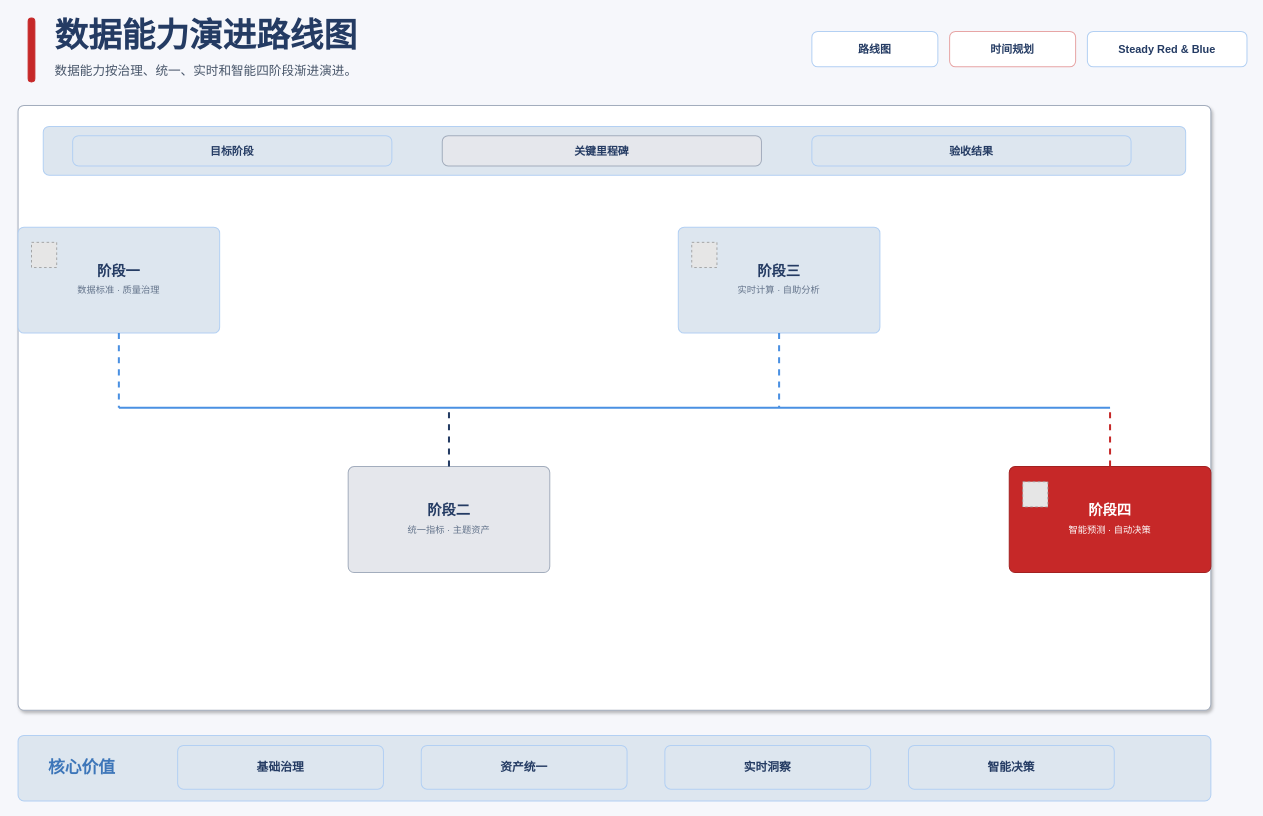
Above: test-outputs/diagram-types/catalog/xml/roadmap-steady-red-blue-light-enterprise.drawio in BeWaterMyFriend7/SKILL-PROJECT (draw.io), before the change. Source tidied: cells renumbered, new cells numbered last; positions are measured from the earlier drawing's top-left corner, leaving out a move shared by most shapes. Both pictures are drawn from the tidied source at 84%, with x=0, y=0 at pixel (18, 14). Pictures stored in the file or linked from it are replaced by grey dashed boxes.
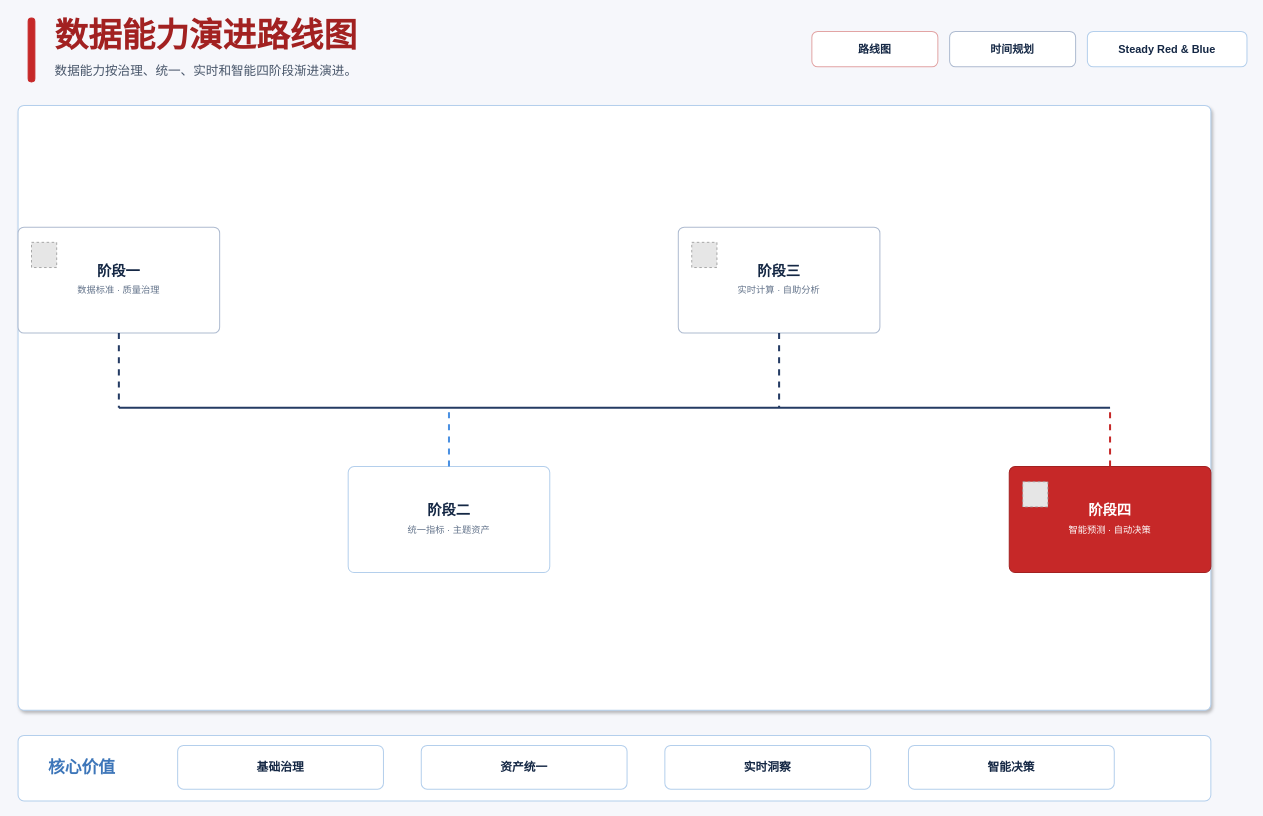
Above is the later version.

Change to the diagram source:
```diff
@@
-    <mxCell id="3" value="数据能力演进路线图" style="rounded=1;absoluteArcSize=1;arcSize=14;whiteSpace=wrap;html=1;fillColor=none;strokeColor=none;strokeWidth=1.2;fontColor=#243B63;fontSize=40;fontFamily=Microsoft YaHei;align=left;verticalAlign=middle;fontStyle=1;" parent="1" vertex="1">
+    <mxCell id="3" value="数据能力演进路线图" style="rounded=1;absoluteArcSize=1;arcSize=14;whiteSpace=wrap;html=1;fillColor=none;strokeColor=none;strokeWidth=1.2;fontColor=#A22121;fontSize=40;fontFamily=Microsoft YaHei;align=left;verticalAlign=middle;fontStyle=1;" parent="1" vertex="1">
       <mxGeometry x="42" width="760" height="48" as="geometry" />
     </mxCell>
@@
-    <mxCell id="5" value="路线图" style="rounded=1;absoluteArcSize=1;arcSize=14;whiteSpace=wrap;html=1;fillColor=#FFFFFF;strokeColor=#B3D0F3;strokeWidth=1.2;fontColor=#243B63;fontSize=13;fontFamily=Microsoft YaHei;align=center;verticalAlign=middle;fontStyle=1;" parent="1" vertex="1">
+    <mxCell id="5" value="路线图" style="rounded=1;absoluteArcSize=1;arcSize=14;whiteSpace=wrap;html=1;fillColor=#FFFFFF;strokeColor=#E2A4A4;strokeWidth=1.2;fontColor=#142744;fontSize=13;fontFamily=Microsoft YaHei;align=center;verticalAlign=middle;fontStyle=1;" parent="1" vertex="1">
       <mxGeometry x="945" y="20" width="150" height="42" as="geometry" />
     </mxCell>
-    <mxCell id="6" value="时间规划" style="rounded=1;absoluteArcSize=1;arcSize=14;whiteSpace=wrap;html=1;fillColor=#FFFFFF;strokeColor=#E7A5A5;strokeWidth=1.2;fontColor=#243B63;fontSize=13;fontFamily=Microsoft YaHei;align=center;verticalAlign=middle;fontStyle=1;" parent="1" vertex="1">
+    <mxCell id="6" value="时间规划" style="rounded=1;absoluteArcSize=1;arcSize=14;whiteSpace=wrap;html=1;fillColor=#FFFFFF;strokeColor=#AEBBD0;strokeWidth=1.2;fontColor=#142744;fontSize=13;fontFamily=Microsoft YaHei;align=center;verticalAlign=middle;fontStyle=1;" parent="1" vertex="1">
       <mxGeometry x="1109" y="20" width="150" height="42" as="geometry" />
     </mxCell>
-    <mxCell id="7" value="Steady Red &amp; Blue" style="rounded=1;absoluteArcSize=1;arcSize=14;whiteSpace=wrap;html=1;fillColor=#FFFFFF;strokeColor=#B3D0F3;strokeWidth=1.2;fontColor=#243B63;fontSize=13;fontFamily=Microsoft YaHei;align=center;verticalAlign=middle;fontStyle=1;" parent="1" vertex="1">
+    <mxCell id="7" value="Steady Red &amp; Blue" style="rounded=1;absoluteArcSize=1;arcSize=14;whiteSpace=wrap;html=1;fillColor=#FFFFFF;strokeColor=#B4CFEC;strokeWidth=1.2;fontColor=#142744;fontSize=13;fontFamily=Microsoft YaHei;align=center;verticalAlign=middle;fontStyle=1;" parent="1" vertex="1">
       <mxGeometry x="1273" y="20" width="190" height="42" as="geometry" />
     </mxCell>
-    <mxCell id="8" style="rounded=1;absoluteArcSize=1;arcSize=14;whiteSpace=wrap;html=1;fillColor=#FFFFFF;strokeColor=#A3ADBD;strokeWidth=1.2;fontColor=#243B63;fontSize=15;fontFamily=Microsoft YaHei;align=center;verticalAlign=middle;shadow=1;" parent="1" vertex="1">
+    <mxCell id="8" style="rounded=1;absoluteArcSize=1;arcSize=14;whiteSpace=wrap;html=1;fillColor=#FFFFFF;strokeColor=#B4CFEC;strokeWidth=1.2;fontColor=#142744;fontSize=15;fontFamily=Microsoft YaHei;align=center;verticalAlign=middle;shadow=1;" parent="1" vertex="1">
       <mxGeometry y="108" width="1420" height="720" as="geometry" />
     </mxCell>
-    <mxCell id="9" style="rounded=1;absoluteArcSize=1;arcSize=14;whiteSpace=wrap;html=1;fillColor=#DDE6EF;strokeColor=#B3D0F3;strokeWidth=1.2;fontColor=#243B63;fontSize=15;fontFamily=Microsoft YaHei;align=center;verticalAlign=middle;" parent="1" vertex="1">
-      <mxGeometry x="30" y="133" width="1360" height="58" as="geometry" />
-    </mxCell>
-    <mxCell id="10" value="&lt;b&gt;目标阶段&lt;/b&gt;" style="rounded=1;absoluteArcSize=1;arcSize=14;whiteSpace=wrap;html=1;fillColor=#DDE6EF;strokeColor=#B3D0F3;strokeWidth=1.2;fontColor=#243B63;fontSize=13;fontFamily=Microsoft YaHei;align=center;verticalAlign=middle;" parent="1" vertex="1">
-      <mxGeometry x="65" y="144" width="380" height="36" as="geometry" />
-    </mxCell>
-    <mxCell id="11" value="&lt;b&gt;关键里程碑&lt;/b&gt;" style="rounded=1;absoluteArcSize=1;arcSize=14;whiteSpace=wrap;html=1;fillColor=#E5E7EC;strokeColor=#A3ADBD;strokeWidth=1.2;fontColor=#243B63;fontSize=13;fontFamily=Microsoft YaHei;align=center;verticalAlign=middle;" parent="1" vertex="1">
-      <mxGeometry x="505" y="144" width="380" height="36" as="geometry" />
-    </mxCell>
-    <mxCell id="12" value="&lt;b&gt;验收结果&lt;/b&gt;" style="rounded=1;absoluteArcSize=1;arcSize=14;whiteSpace=wrap;html=1;fillColor=#DDE6EF;strokeColor=#B3D0F3;strokeWidth=1.2;fontColor=#243B63;fontSize=13;fontFamily=Microsoft YaHei;align=center;verticalAlign=middle;" parent="1" vertex="1">
-      <mxGeometry x="945" y="144" width="380" height="36" as="geometry" />
-    </mxCell>
-    <mxCell id="13" style="rounded=1;absoluteArcSize=1;arcSize=14;whiteSpace=wrap;html=1;fillColor=#DDE6EF;strokeColor=#B3D0F3;strokeWidth=1.2;fontColor=#243B63;fontSize=15;fontFamily=Microsoft YaHei;align=center;verticalAlign=middle;" parent="1" vertex="1">
+    <mxCell id="13" style="rounded=1;absoluteArcSize=1;arcSize=14;whiteSpace=wrap;html=1;fillColor=#FFFFFF;strokeColor=#B4CFEC;strokeWidth=1.2;fontColor=#142744;fontSize=15;fontFamily=Microsoft YaHei;align=center;verticalAlign=middle;" parent="1" vertex="1">
       <mxGeometry y="858" width="1420" height="78" as="geometry" />
     </mxCell>
-    <mxCell id="14" value="&lt;b&gt;基础治理&lt;/b&gt;" style="rounded=1;absoluteArcSize=1;arcSize=14;whiteSpace=wrap;html=1;fillColor=#DDE6EF;strokeColor=#B3D0F3;strokeWidth=1.2;fontColor=#243B63;fontSize=14;fontFamily=Microsoft YaHei;align=center;verticalAlign=middle;" parent="1" vertex="1">
+    <mxCell id="14" value="&lt;b&gt;基础治理&lt;/b&gt;" style="rounded=1;absoluteArcSize=1;arcSize=14;whiteSpace=wrap;html=1;fillColor=#FFFFFF;strokeColor=#B4CFEC;strokeWidth=1.2;fontColor=#142744;fontSize=14;fontFamily=Microsoft YaHei;align=center;verticalAlign=middle;" parent="1" vertex="1">
       <mxGeometry x="190" y="870" width="245" height="52" as="geometry" />
     </mxCell>
-    <mxCell id="15" value="&lt;b&gt;资产统一&lt;/b&gt;" style="rounded=1;absoluteArcSize=1;arcSize=14;whiteSpace=wrap;html=1;fillColor=#DDE6EF;strokeColor=#B3D0F3;strokeWidth=1.2;fontColor=#243B63;fontSize=14;fontFamily=Microsoft YaHei;align=center;verticalAlign=middle;" parent="1" vertex="1">
+    <mxCell id="15" value="&lt;b&gt;资产统一&lt;/b&gt;" style="rounded=1;absoluteArcSize=1;arcSize=14;whiteSpace=wrap;html=1;fillColor=#FFFFFF;strokeColor=#B4CFEC;strokeWidth=1.2;fontColor=#142744;fontSize=14;fontFamily=Microsoft YaHei;align=center;verticalAlign=middle;" parent="1" vertex="1">
       <mxGeometry x="480" y="870" width="245" height="52" as="geometry" />
     </mxCell>
-    <mxCell id="16" value="&lt;b&gt;实时洞察&lt;/b&gt;" style="rounded=1;absoluteArcSize=1;arcSize=14;whiteSpace=wrap;html=1;fillColor=#DDE6EF;strokeColor=#B3D0F3;strokeWidth=1.2;fontColor=#243B63;fontSize=14;fontFamily=Microsoft YaHei;align=center;verticalAlign=middle;" parent="1" vertex="1">
+    <mxCell id="16" value="&lt;b&gt;实时洞察&lt;/b&gt;" style="rounded=1;absoluteArcSize=1;arcSize=14;whiteSpace=wrap;html=1;fillColor=#FFFFFF;strokeColor=#B4CFEC;strokeWidth=1.2;fontColor=#142744;fontSize=14;fontFamily=Microsoft YaHei;align=center;verticalAlign=middle;" parent="1" vertex="1">
       <mxGeometry x="770" y="870" width="245" height="52" as="geometry" />
     </mxCell>
-    <mxCell id="17" value="&lt;b&gt;智能决策&lt;/b&gt;" style="rounded=1;absoluteArcSize=1;arcSize=14;whiteSpace=wrap;html=1;fillColor=#DDE6EF;strokeColor=#B3D0F3;strokeWidth=1.2;fontColor=#243B63;fontSize=14;fontFamily=Microsoft YaHei;align=center;verticalAlign=middle;" parent="1" vertex="1">
+    <mxCell id="17" value="&lt;b&gt;智能决策&lt;/b&gt;" style="rounded=1;absoluteArcSize=1;arcSize=14;whiteSpace=wrap;html=1;fillColor=#FFFFFF;strokeColor=#B4CFEC;strokeWidth=1.2;fontColor=#142744;fontSize=14;fontFamily=Microsoft YaHei;align=center;verticalAlign=middle;" parent="1" vertex="1">
       <mxGeometry x="1060" y="870" width="245" height="52" as="geometry" />
     </mxCell>
-    <mxCell id="18" value="&lt;b&gt;阶段一&lt;/b&gt;&lt;br&gt;&lt;font style='font-size:11px;color:#64748B'&gt;数据标准 · 质量治理&lt;/font&gt;" style="rounded=1;absoluteArcSize=1;arcSize=14;whiteSpace=wrap;html=1;fillColor=#DDE6EF;strokeColor=#B3D0F3;strokeWidth=1.2;fontColor=#243B63;fontSize=17;fontFamily=Microsoft YaHei;align=center;verticalAlign=middle;" parent="1" vertex="1">
+    <mxCell id="18" value="&lt;b&gt;阶段一&lt;/b&gt;&lt;br&gt;&lt;font style='font-size:11px;color:#64748B'&gt;数据标准 · 质量治理&lt;/font&gt;" style="rounded=1;absoluteArcSize=1;arcSize=14;whiteSpace=wrap;html=1;fillColor=#FFFFFF;strokeColor=#AEBBD0;strokeWidth=1.2;fontColor=#142744;fontSize=17;fontFamily=Microsoft YaHei;align=center;verticalAlign=middle;" parent="1" vertex="1">
       <mxGeometry y="253" width="240" height="126" as="geometry" />
     </mxCell>
-    <mxCell id="19" value="&lt;b&gt;阶段二&lt;/b&gt;&lt;br&gt;&lt;font style='font-size:11px;color:#64748B'&gt;统一指标 · 主题资产&lt;/font&gt;" style="rounded=1;absoluteArcSize=1;arcSize=14;whiteSpace=wrap;html=1;fillColor=#E5E7EC;strokeColor=#A3ADBD;strokeWidth=1.2;fontColor=#243B63;fontSize=17;fontFamily=Microsoft YaHei;align=center;verticalAlign=middle;" parent="1" vertex="1">
+    <mxCell id="19" value="&lt;b&gt;阶段二&lt;/b&gt;&lt;br&gt;&lt;font style='font-size:11px;color:#64748B'&gt;统一指标 · 主题资产&lt;/font&gt;" style="rounded=1;absoluteArcSize=1;arcSize=14;whiteSpace=wrap;html=1;fillColor=#FFFFFF;strokeColor=#B4CFEC;strokeWidth=1.2;fontColor=#142744;fontSize=17;fontFamily=Microsoft YaHei;align=center;verticalAlign=middle;" parent="1" vertex="1">
       <mxGeometry x="393" y="538" width="240" height="126" as="geometry" />
     </mxCell>
-    <mxCell id="20" value="&lt;b&gt;阶段三&lt;/b&gt;&lt;br&gt;&lt;font style='font-size:11px;color:#64748B'&gt;实时计算 · 自助分析&lt;/font&gt;" style="rounded=1;absoluteArcSize=1;arcSize=14;whiteSpace=wrap;html=1;fillColor=#DDE6EF;strokeColor=#B3D0F3;strokeWidth=1.2;fontColor=#243B63;fontSize=17;fontFamily=Microsoft YaHei;align=center;verticalAlign=middle;" parent="1" vertex="1">
+    <mxCell id="20" value="&lt;b&gt;阶段三&lt;/b&gt;&lt;br&gt;&lt;font style='font-size:11px;color:#64748B'&gt;实时计算 · 自助分析&lt;/font&gt;" style="rounded=1;absoluteArcSize=1;arcSize=14;whiteSpace=wrap;html=1;fillColor=#FFFFFF;strokeColor=#AEBBD0;strokeWidth=1.2;fontColor=#142744;fontSize=17;fontFamily=Microsoft YaHei;align=center;verticalAlign=middle;" parent="1" vertex="1">
       <mxGeometry x="786" y="253" width="240" height="126" as="geometry" />
     </mxCell>
@@
-    <mxCell id="26" style="edgeStyle=none;orthogonalLoop=1;jettySize=auto;html=1;strokeColor=#4A90E2;strokeWidth=2.4;dashed=0;endArrow=none;endFill=0;" parent="1" edge="1">
+    <mxCell id="26" style="edgeStyle=none;orthogonalLoop=1;jettySize=auto;html=1;strokeColor=#243B63;strokeWidth=2.4;dashed=0;endArrow=none;endFill=0;" parent="1" edge="1">
       <mxGeometry relative="1" as="geometry">
         <mxPoint x="120" y="468" as="sourcePoint" />
         <mxPoint x="1300" y="468" as="targetPoint" />
       </mxGeometry>
     </mxCell>
-    <mxCell id="27" style="edgeStyle=none;orthogonalLoop=1;jettySize=auto;html=1;strokeColor=#4A90E2;strokeWidth=2.4;dashed=1;endArrow=none;endFill=0;" parent="1" edge="1">
+    <mxCell id="27" style="edgeStyle=none;orthogonalLoop=1;jettySize=auto;html=1;strokeColor=#243B63;strokeWidth=2.4;dashed=1;endArrow=none;endFill=0;" parent="1" edge="1">
       <mxGeometry relative="1" as="geometry">
         <mxPoint x="120" y="379" as="sourcePoint" />
         <mxPoint x="120" y="468" as="targetPoint" />
       </mxGeometry>
     </mxCell>
-    <mxCell id="28" style="edgeStyle=none;orthogonalLoop=1;jettySize=auto;html=1;strokeColor=#243B63;strokeWidth=2.4;dashed=1;endArrow=none;endFill=0;" parent="1" edge="1">
+    <mxCell id="28" style="edgeStyle=none;orthogonalLoop=1;jettySize=auto;html=1;strokeColor=#4A90E2;strokeWidth=2.4;dashed=1;endArrow=none;endFill=0;" parent="1" edge="1">
       <mxGeometry relative="1" as="geometry">
         <mxPoint x="513" y="538" as="sourcePoint" />
         <mxPoint x="513" y="468" as="targetPoint" />
       </mxGeometry>
     </mxCell>
-    <mxCell id="29" style="edgeStyle=none;orthogonalLoop=1;jettySize=auto;html=1;strokeColor=#4A90E2;strokeWidth=2.4;dashed=1;endArrow=none;endFill=0;" parent="1" edge="1">
+    <mxCell id="29" style="edgeStyle=none;orthogonalLoop=1;jettySize=auto;html=1;strokeColor=#243B63;strokeWidth=2.4;dashed=1;endArrow=none;endFill=0;" parent="1" edge="1">
       <mxGeometry relative="1" as="geometry">
         <mxPoint x="906" y="379" as="sourcePoint" />
         <mxPoint x="906" y="468" as="targetPoint" />
       </mxGeometry>
     </mxCell>
```
